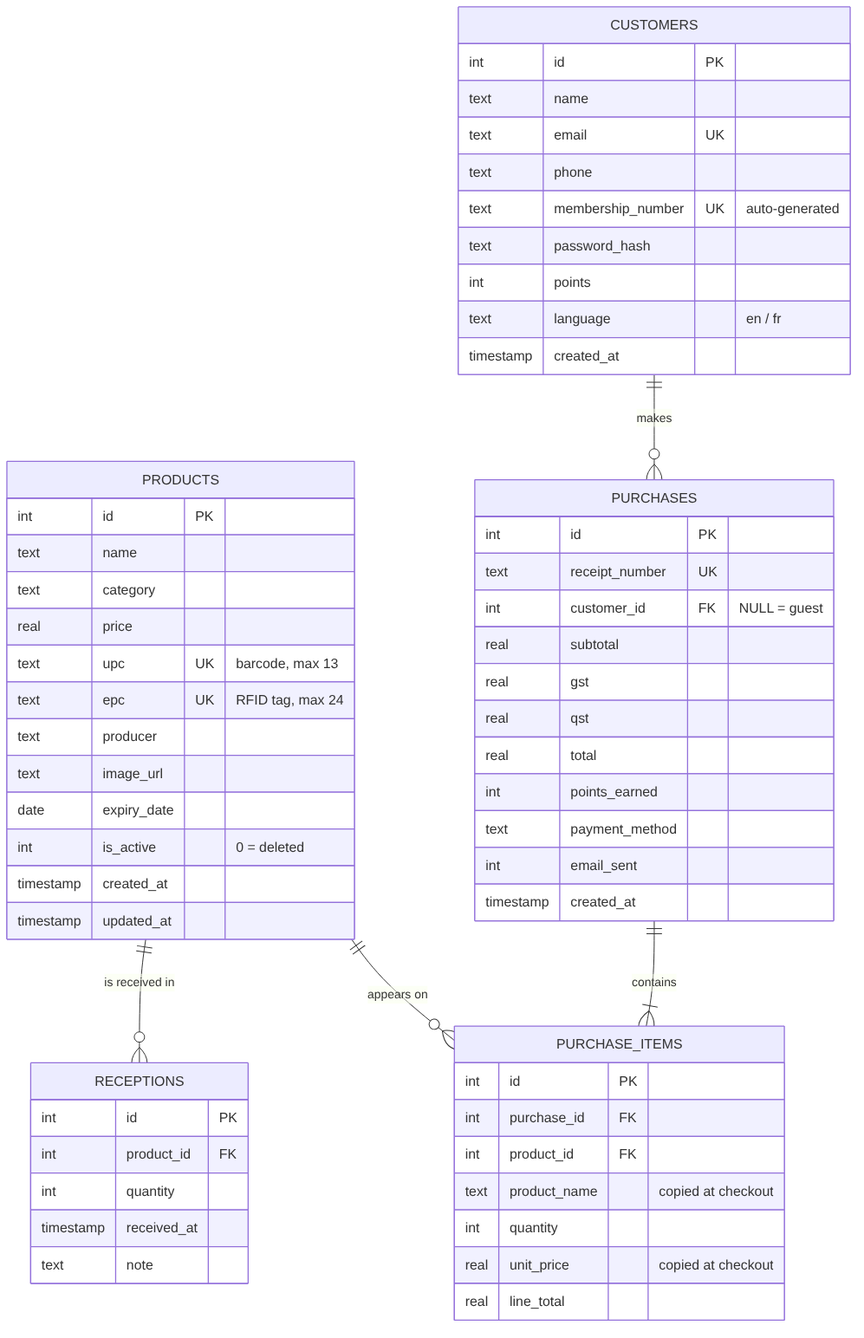
The Mermaid diagram Phase 4/docs/ER_diagram.png in fatherxcracker/Smart-store, before a commit. Its source is kept beside it as Phase 4/docs/ER_diagram.mmd.
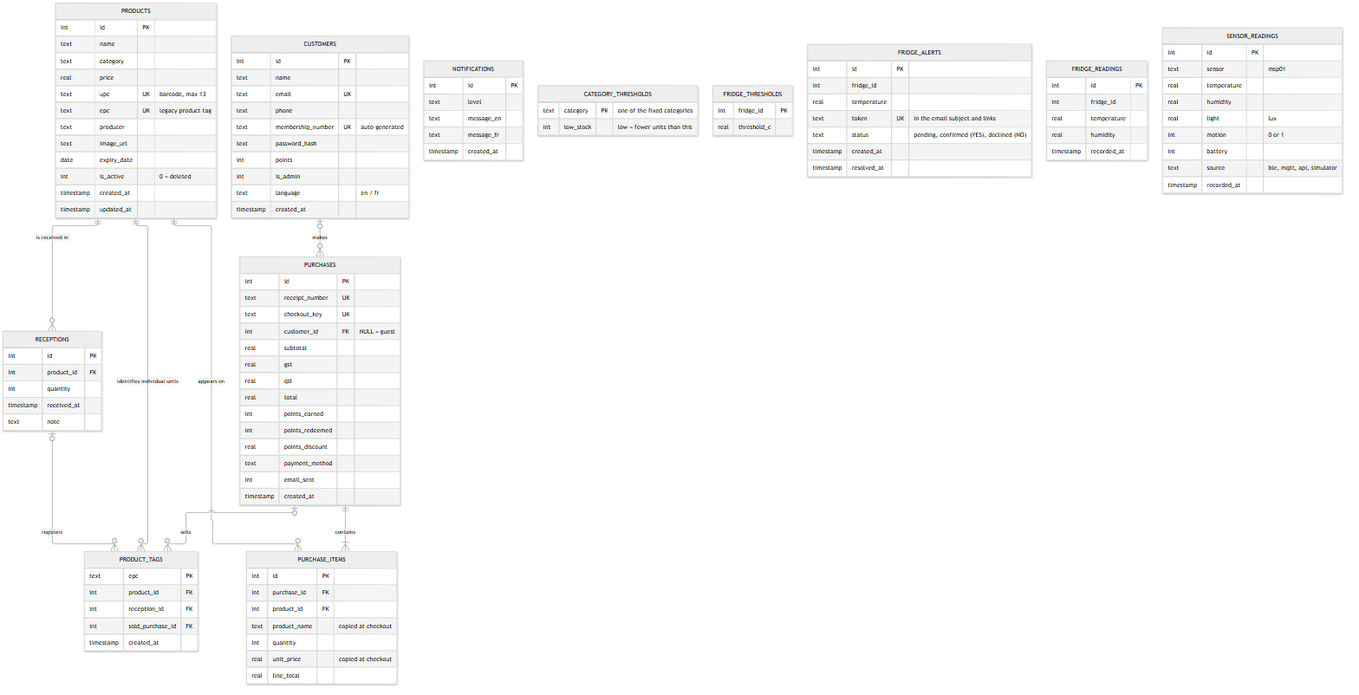
Later version of the same file.

Commit message:
Update Phase 4 documentation and database diagram

What changed in the source:
```diff
@@ -1,7 +1,10 @@
 erDiagram
     PRODUCTS ||--o{ RECEPTIONS : "is received in"
     PRODUCTS ||--o{ PURCHASE_ITEMS : "appears on"
-    CUSTOMERS ||--o{ PURCHASES : "makes"
+    PRODUCTS ||--o{ PRODUCT_TAGS : "identifies individual units"
+    RECEPTIONS o|--o{ PRODUCT_TAGS : "registers"
+    PURCHASES o|--o{ PRODUCT_TAGS : "sells"
+    CUSTOMERS o|--o{ PURCHASES : "makes"
     PURCHASES ||--|{ PURCHASE_ITEMS : "contains"
 
     PRODUCTS {
@@ -10,7 +13,7 @@
         text category
         real price
         text upc UK "barcode, max 13"
-        text epc UK "RFID tag, max 24"
+        text epc UK "legacy product tag"
         text producer
         text image_url
         date expiry_date
@@ -25,6 +28,13 @@
         timestamp received_at
         text note
     }
+    PRODUCT_TAGS {
+        text epc PK
+        int product_id FK
+        int reception_id FK
+        int sold_purchase_id FK
+        timestamp created_at
+    }
     CUSTOMERS {
         int id PK
         text name
@@ -33,18 +43,22 @@
         text membership_number UK "auto-generated"
         text password_hash
         int points
+        int is_admin
         text language "en / fr"
         timestamp created_at
     }
     PURCHASES {
         int id PK
         text receipt_number UK
+        text checkout_key UK
         int customer_id FK "NULL = guest"
         real subtotal
         real gst
         real qst
         real total
         int points_earned
+        int points_redeemed
+        real points_discount
         text payment_method
         int email_sent
         timestamp created_at
@@ -57,6 +71,14 @@
         int quantity
         real unit_price "copied at checkout"
         real line_total
+    }
+
+    NOTIFICATIONS {
+        int id PK
+        text level
+        text message_en
+        text message_fr
+        timestamp created_at
     }
 
     CATEGORY_THRESHOLDS {
```
